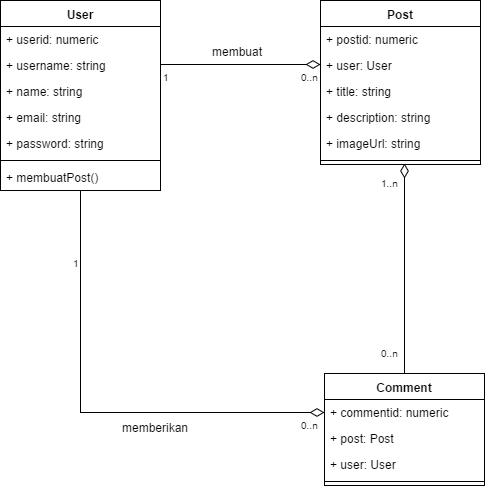
This is Dokumentasi/classDiagram Agrimeme.png from idzharbae/agrimeme, a draw.io export, as it was before one commit. Source tidied: cells renumbered, new cells last; positions are measured from the earlier drawing's top-left corner, leaving out a move shared by most shapes.
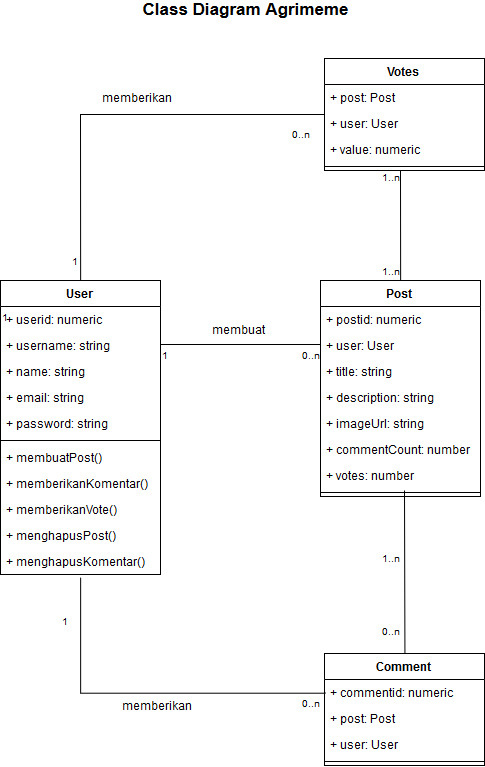
After the change.

Diff of the diagram source:
```diff
@@ -2,12 +2,19 @@
   <root>
     <mxCell id="0" />
     <mxCell id="1" parent="0" />
-    <mxCell id="2" style="edgeStyle=orthogonalEdgeStyle;rounded=0;jettySize=auto;html=1;entryX=0;entryY=0.5;entryDx=0;entryDy=0;endArrow=diamondThin;endFill=0;endSize=12;exitX=0.5;exitY=1;exitDx=0;exitDy=0;" parent="1" edge="1" source="3" target="19">
-      <mxGeometry relative="1" as="geometry" />
+    <mxCell id="2" style="edgeStyle=orthogonalEdgeStyle;rounded=0;jettySize=auto;html=1;entryX=0;entryY=0.5;entryDx=0;entryDy=0;endArrow=none;endFill=0;endSize=12;exitX=0.5;exitY=1.115;exitDx=0;exitDy=0;exitPerimeter=0;" parent="1" edge="1" source="38" target="19">
+      <mxGeometry relative="1" as="geometry">
+        <Array as="points">
+          <mxPoint x="80" y="412" />
+        </Array>
+      </mxGeometry>
     </mxCell>
     <mxCell id="3" value="User" style="swimlane;fontStyle=1;align=center;verticalAlign=top;horizontal=1;startSize=26;" parent="1" vertex="1">
-      <mxGeometry width="160" height="190" as="geometry" />
+      <mxGeometry width="160" height="294" as="geometry" />
     </mxCell>
+    <mxCell id="34" value="1" style="html=1;align=left;verticalAlign=top;labelBackgroundColor=#ffffff;fontSize=10;" parent="3" vertex="1">
+      <mxGeometry y="26" width="160" as="geometry" />
+    </mxCell>
     <mxCell id="4" value="+ userid: numeric" style="text;strokeColor=none;fillColor=none;align=left;verticalAlign=top;spacingLeft=4;spacingRight=4;overflow=hidden;" parent="3" vertex="1">
       <mxGeometry y="26" width="160" height="26" as="geometry" />
     </mxCell>
@@ -29,8 +36,20 @@
     <mxCell id="10" value="+ membuatPost()" style="text;strokeColor=none;fillColor=none;align=left;verticalAlign=top;spacingLeft=4;spacingRight=4;overflow=hidden;" parent="3" vertex="1">
       <mxGeometry y="164" width="160" height="26" as="geometry" />
     </mxCell>
+    <mxCell id="35" value="+ memberikanKomentar()" style="text;strokeColor=none;fillColor=none;align=left;verticalAlign=top;spacingLeft=4;spacingRight=4;overflow=hidden;" parent="3" vertex="1">
+      <mxGeometry y="190" width="160" height="26" as="geometry" />
+    </mxCell>
+    <mxCell id="36" value="+ memberikanVote()" style="text;strokeColor=none;fillColor=none;align=left;verticalAlign=top;spacingLeft=4;spacingRight=4;overflow=hidden;" parent="3" vertex="1">
+      <mxGeometry y="216" width="160" height="26" as="geometry" />
+    </mxCell>
+    <mxCell id="37" value="+ menghapusPost()" style="text;strokeColor=none;fillColor=none;align=left;verticalAlign=top;spacingLeft=4;spacingRight=4;overflow=hidden;" parent="3" vertex="1">
+      <mxGeometry y="242" width="160" height="26" as="geometry" />
+    </mxCell>
+    <mxCell id="38" value="+ menghapusKomentar()" style="text;strokeColor=none;fillColor=none;align=left;verticalAlign=top;spacingLeft=4;spacingRight=4;overflow=hidden;points=[[0,0.5],[1,0.5]];portConstraint=eastwest;" parent="3" vertex="1">
+      <mxGeometry y="268" width="160" height="26" as="geometry" />
+    </mxCell>
     <mxCell id="11" value="Post" style="swimlane;fontStyle=1;align=center;verticalAlign=top;horizontal=1;startSize=26;" parent="1" vertex="1">
-      <mxGeometry x="320" width="160" height="164" as="geometry" />
+      <mxGeometry x="320" width="160" height="216" as="geometry" />
     </mxCell>
     <mxCell id="12" value="+ postid: numeric" style="text;strokeColor=none;fillColor=none;align=left;verticalAlign=top;spacingLeft=4;spacingRight=4;overflow=hidden;" parent="11" vertex="1">
       <mxGeometry y="26" width="160" height="26" as="geometry" />
@@ -47,8 +66,14 @@
     <mxCell id="16" value="+ imageUrl: string" style="text;strokeColor=none;fillColor=none;align=left;verticalAlign=top;spacingLeft=4;spacingRight=4;overflow=hidden;" parent="11" vertex="1">
       <mxGeometry y="130" width="160" height="26" as="geometry" />
     </mxCell>
+    <mxCell id="39" value="+ commentCount: number" style="text;strokeColor=none;fillColor=none;align=left;verticalAlign=top;spacingLeft=4;spacingRight=4;overflow=hidden;" parent="11" vertex="1">
+      <mxGeometry y="156" width="160" height="26" as="geometry" />
+    </mxCell>
+    <mxCell id="40" value="+ votes: number" style="text;strokeColor=none;fillColor=none;align=left;verticalAlign=top;spacingLeft=4;spacingRight=4;overflow=hidden;" parent="11" vertex="1">
+      <mxGeometry y="182" width="160" height="26" as="geometry" />
+    </mxCell>
     <mxCell id="17" style="line;strokeWidth=1;fillColor=none;align=left;verticalAlign=middle;spacingTop=-1;spacingLeft=3;spacingRight=3;labelPosition=right;" parent="11" vertex="1">
-      <mxGeometry y="156" width="160" height="8" as="geometry" />
+      <mxGeometry y="208" width="160" height="8" as="geometry" />
     </mxCell>
     <mxCell id="18" value="Comment" style="swimlane;fontStyle=1;align=center;verticalAlign=top;horizontal=1;startSize=26;" parent="1" vertex="1">
       <mxGeometry x="324" y="373" width="160" height="112" as="geometry" />
@@ -65,7 +90,7 @@
     <mxCell id="22" style="line;strokeWidth=1;fillColor=none;align=left;verticalAlign=middle;spacingTop=-1;spacingLeft=3;spacingRight=3;labelPosition=right;" parent="18" vertex="1">
       <mxGeometry y="104" width="160" height="8" as="geometry" />
     </mxCell>
-    <mxCell id="23" value="&lt;div&gt;&lt;br&gt;&lt;/div&gt;" style="html=1;endSize=12;startSize=14;endArrow=diamondThin;endFill=0;" parent="1" edge="1">
+    <mxCell id="23" value="&lt;div&gt;&lt;br&gt;&lt;/div&gt;" style="html=1;endSize=12;startSize=14;endArrow=none;endFill=0;" parent="1" edge="1">
       <mxGeometry relative="1" as="geometry">
         <mxPoint x="160" y="64" as="sourcePoint" />
         <mxPoint x="320" y="64" as="targetPoint" />
@@ -81,14 +106,14 @@
       <mxGeometry x="1" relative="1" as="geometry" />
     </mxCell>
     <mxCell id="26" value="1" style="html=1;align=left;verticalAlign=top;labelBackgroundColor=#ffffff;fontSize=10;" parent="1" vertex="1">
-      <mxGeometry x="70" y="250" as="geometry" />
+      <mxGeometry x="60" y="330" as="geometry" />
     </mxCell>
     <mxCell id="27" value="0..n" style="html=1;align=right;verticalAlign=top;labelBackgroundColor=#ffffff;fontSize=10;" parent="1" vertex="1">
       <mxGeometry x="320" y="412" as="geometry" />
     </mxCell>
-    <mxCell id="28" value="&lt;div&gt;&lt;br&gt;&lt;/div&gt;" style="html=1;endSize=12;startSize=14;endArrow=diamondThin;endFill=0;exitX=0.5;exitY=0;exitDx=0;exitDy=0;" parent="1" edge="1" source="18">
+    <mxCell id="28" value="&lt;div&gt;&lt;br&gt;&lt;/div&gt;" style="html=1;endSize=12;startSize=14;endArrow=none;endFill=0;exitX=0.5;exitY=0;exitDx=0;exitDy=0;" parent="1" edge="1" source="18">
       <mxGeometry relative="1" as="geometry">
-        <mxPoint x="404" y="163" as="targetPoint" />
+        <mxPoint x="404" y="210" as="targetPoint" />
       </mxGeometry>
     </mxCell>
     <mxCell id="29" style="html=1;align=left;verticalAlign=top;labelBackgroundColor=#ffffff;fontSize=10;" parent="28" vertex="1">
@@ -96,7 +121,7 @@
     </mxCell>
     <mxCell id="30" value="1..n" style="html=1;align=right;verticalAlign=top;labelBackgroundColor=#ffffff;fontSize=10;" parent="28" vertex="1">
       <mxGeometry x="1" relative="1" as="geometry">
-        <mxPoint x="-4" y="7" as="offset" />
+        <mxPoint x="-4" y="57" as="offset" />
       </mxGeometry>
     </mxCell>
     <mxCell id="31" value="0..n" style="html=1;align=right;verticalAlign=top;labelBackgroundColor=#ffffff;fontSize=10;" parent="1" vertex="1">
@@ -108,5 +133,61 @@
     <mxCell id="33" value="memberikan" style="text;html=1;align=left;verticalAlign=top;spacingTop=-4;" parent="1" vertex="1">
       <mxGeometry x="120" y="418" width="80" height="20" as="geometry" />
     </mxCell>
+    <mxCell id="41" value="Votes" style="swimlane;fontStyle=1;align=center;verticalAlign=top;horizontal=1;startSize=26;" parent="1" vertex="1">
+      <mxGeometry x="324" y="-222" width="160" height="112" as="geometry" />
+    </mxCell>
+    <mxCell id="42" value="+ post: Post" style="text;strokeColor=none;fillColor=none;align=left;verticalAlign=top;spacingLeft=4;spacingRight=4;overflow=hidden;" parent="41" vertex="1">
+      <mxGeometry y="26" width="160" height="26" as="geometry" />
+    </mxCell>
+    <mxCell id="43" value="+ user: User" style="text;strokeColor=none;fillColor=none;align=left;verticalAlign=top;spacingLeft=4;spacingRight=4;overflow=hidden;" parent="41" vertex="1">
+      <mxGeometry y="52" width="160" height="26" as="geometry" />
+    </mxCell>
+    <mxCell id="44" value="+ value: numeric" style="text;strokeColor=none;fillColor=none;align=left;verticalAlign=top;spacingLeft=4;spacingRight=4;overflow=hidden;" parent="41" vertex="1">
+      <mxGeometry y="78" width="160" height="26" as="geometry" />
+    </mxCell>
+    <mxCell id="45" style="line;strokeWidth=1;fillColor=none;align=left;verticalAlign=middle;spacingTop=-1;spacingLeft=3;spacingRight=3;labelPosition=right;" parent="41" vertex="1">
+      <mxGeometry y="104" width="160" height="8" as="geometry" />
+    </mxCell>
+    <mxCell id="46" value="&lt;div&gt;&lt;br&gt;&lt;/div&gt;" style="html=1;endSize=12;startSize=14;endFill=0;exitX=0.5;exitY=0;exitDx=0;exitDy=0;rounded=0;endArrow=none;" parent="1" edge="1" source="3">
+      <mxGeometry relative="1" as="geometry">
+        <mxPoint x="324" y="-166" as="targetPoint" />
+        <Array as="points">
+          <mxPoint x="80" y="-166" />
+        </Array>
+      </mxGeometry>
+    </mxCell>
+    <mxCell id="47" style="html=1;align=left;verticalAlign=top;labelBackgroundColor=#ffffff;fontSize=10;" parent="46" vertex="1">
+      <mxGeometry x="-1" relative="1" as="geometry" />
+    </mxCell>
+    <mxCell id="48" value="memberikan" style="text;html=1;align=left;verticalAlign=top;spacingTop=-4;" parent="1" vertex="1">
+      <mxGeometry x="100" y="-190" width="90" height="20" as="geometry" />
+    </mxCell>
+    <mxCell id="49" value="&lt;div&gt;&lt;br&gt;&lt;/div&gt;" style="html=1;endSize=12;startSize=14;endArrow=none;endFill=0;entryX=0.5;entryY=0;entryDx=0;entryDy=0;" parent="1" edge="1" target="11">
+      <mxGeometry relative="1" as="geometry">
+        <mxPoint x="400" y="-110" as="sourcePoint" />
+      </mxGeometry>
+    </mxCell>
+    <mxCell id="50" style="html=1;align=left;verticalAlign=top;labelBackgroundColor=#ffffff;fontSize=10;" parent="49" vertex="1">
+      <mxGeometry x="-1" relative="1" as="geometry" />
+    </mxCell>
+    <mxCell id="51" value="1..n" style="html=1;align=right;verticalAlign=top;labelBackgroundColor=#ffffff;fontSize=10;" parent="49" vertex="1">
+      <mxGeometry x="1" relative="1" as="geometry">
+        <mxPoint y="-20" as="offset" />
+      </mxGeometry>
+    </mxCell>
+    <mxCell id="52" value="1..n" style="html=1;align=right;verticalAlign=top;labelBackgroundColor=#ffffff;fontSize=10;" parent="49" vertex="1">
+      <mxGeometry x="1" relative="1" as="geometry">
+        <mxPoint y="-114" as="offset" />
+      </mxGeometry>
+    </mxCell>
+    <mxCell id="53" value="1" style="html=1;align=left;verticalAlign=top;labelBackgroundColor=#ffffff;fontSize=10;" parent="1" vertex="1">
+      <mxGeometry x="70" y="-30" as="geometry" />
+    </mxCell>
+    <mxCell id="54" value="0..n" style="html=1;align=right;verticalAlign=top;labelBackgroundColor=#ffffff;fontSize=10;" parent="1" vertex="1">
+      <mxGeometry x="310" y="-157" as="geometry" />
+    </mxCell>
+    <mxCell id="55" value="&lt;b&gt;&lt;font style=&quot;font-size: 17px&quot;&gt;Class Diagram Agrimeme&lt;/font&gt;&lt;/b&gt;" style="text;html=1;strokeColor=none;fillColor=none;align=center;verticalAlign=middle;whiteSpace=wrap;rounded=0;" parent="1" vertex="1">
+      <mxGeometry x="125" y="-280" width="240" height="20" as="geometry" />
+    </mxCell>
   </root>
 </mxGraphModel>
```
